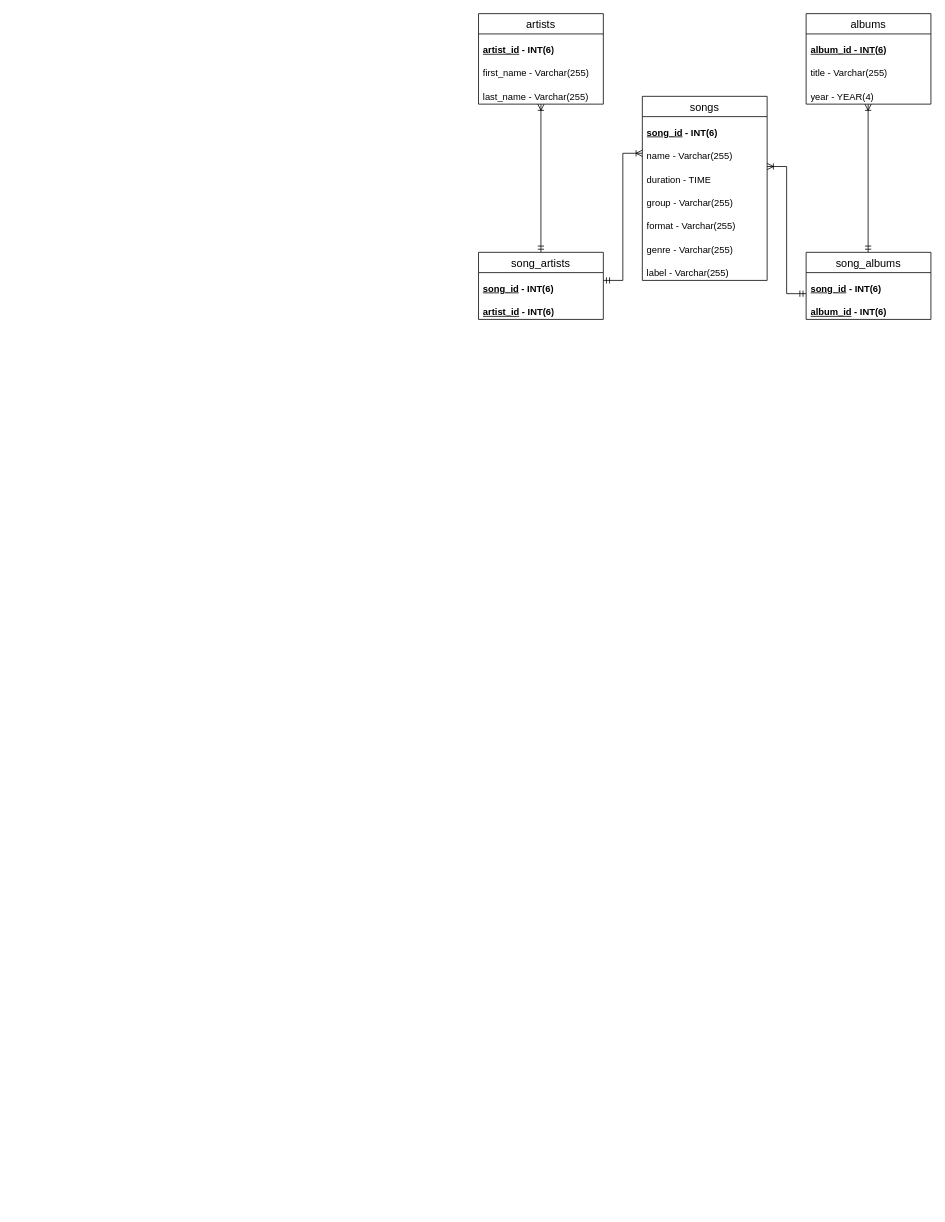
Above: 未命名绘图.drawio in Nyan-Young/JavaBase (draw.io), before the change. Source tidied: cells renumbered, new cells numbered last; positions are measured from the earlier drawing's top-left corner, leaving out a move shared by most shapes. Both pictures are drawn from the tidied source at 78%, with x=0, y=0 at pixel (478, 13).
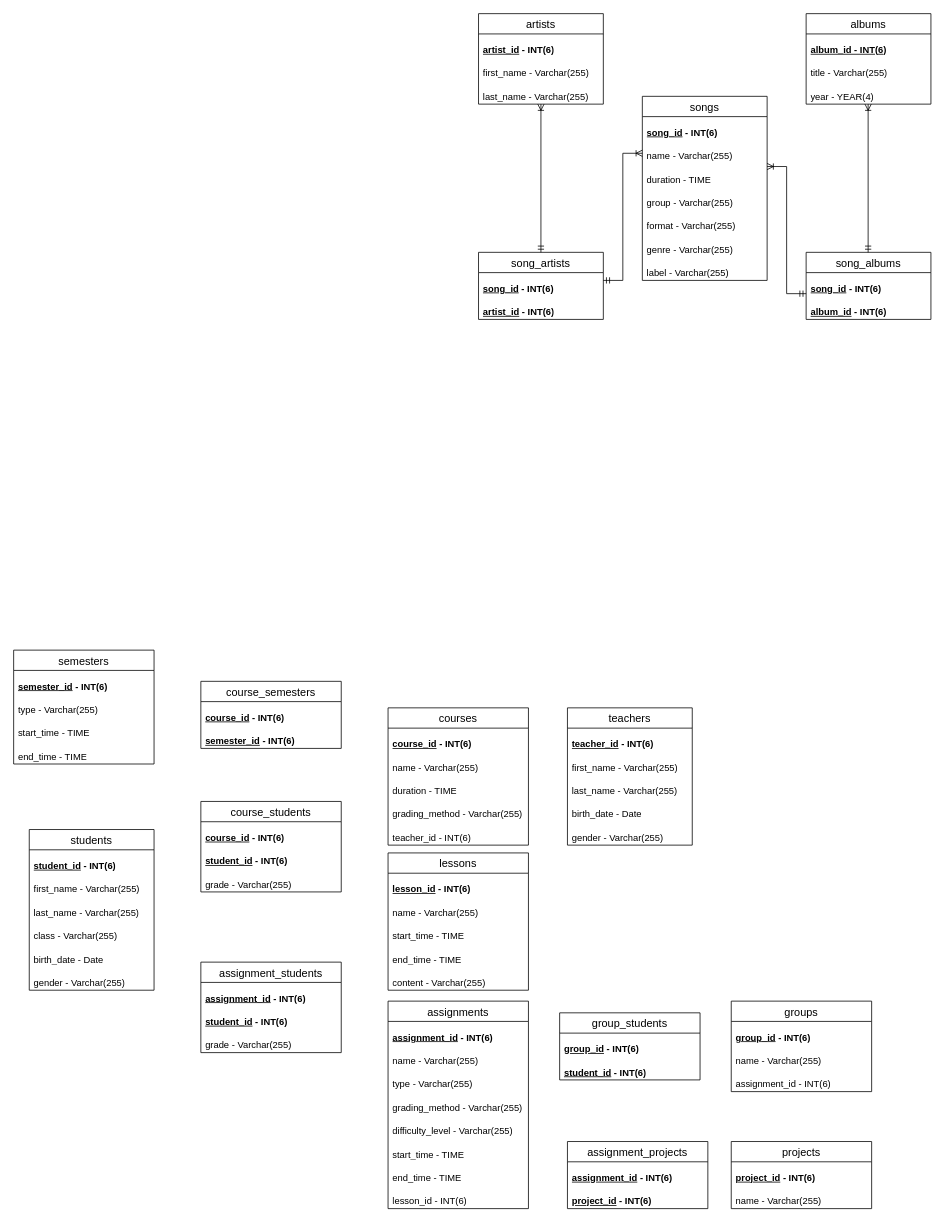
Above is the later version.

Commit message:
更新未命名绘图.drawio

Change to the diagram source:
```diff
@@
+    <mxCell id="28" value="courses" style="swimlane;fontStyle=0;horizontal=1;startSize=26;align=center;fontSize=14;verticalAlign=middle;" parent="1" vertex="1">
+      <mxGeometry x="-116" y="890" width="180" height="176" as="geometry" />
+    </mxCell>
+    <mxCell id="29" value="&lt;p class=&quot;MsoNormal&quot;&gt;&lt;b&gt;&lt;u&gt;course_id&lt;/u&gt; - INT(6)&lt;/b&gt;&lt;/p&gt;" style="text;strokeColor=none;fillColor=none;spacingLeft=4;spacingRight=4;overflow=hidden;fontSize=12;whiteSpace=wrap;html=1;verticalAlign=bottom;" parent="28" vertex="1">
+      <mxGeometry y="26" width="180" height="30" as="geometry" />
+    </mxCell>
+    <mxCell id="30" value="&lt;p style=&quot;border-color: var(--border-color);&quot; class=&quot;MsoNormal&quot;&gt;name - Varchar(255)&lt;/p&gt;" style="text;strokeColor=none;fillColor=none;spacingLeft=4;spacingRight=4;overflow=hidden;fontSize=12;whiteSpace=wrap;html=1;verticalAlign=bottom;" parent="28" vertex="1">
+      <mxGeometry y="56" width="180" height="30" as="geometry" />
+    </mxCell>
+    <mxCell id="31" value="&lt;p style=&quot;border-color: var(--border-color);&quot; class=&quot;MsoNormal&quot;&gt;duration - TIME&lt;/p&gt;" style="text;strokeColor=none;fillColor=none;spacingLeft=4;spacingRight=4;overflow=hidden;fontSize=12;whiteSpace=wrap;html=1;verticalAlign=bottom;" parent="28" vertex="1">
+      <mxGeometry y="86" width="180" height="30" as="geometry" />
+    </mxCell>
+    <mxCell id="32" value="grading_method&lt;span style=&quot;background-color: initial;&quot;&gt;&amp;nbsp;- Varchar(255)&lt;/span&gt;" style="text;strokeColor=none;fillColor=none;spacingLeft=4;spacingRight=4;overflow=hidden;fontSize=12;whiteSpace=wrap;html=1;verticalAlign=bottom;" parent="28" vertex="1">
+      <mxGeometry y="116" width="180" height="30" as="geometry" />
+    </mxCell>
+    <mxCell id="33" value="&lt;span style=&quot;background-color: initial;&quot;&gt;teacher_id - INT(6)&lt;/span&gt;" style="text;strokeColor=none;fillColor=none;spacingLeft=4;spacingRight=4;overflow=hidden;fontSize=12;whiteSpace=wrap;html=1;verticalAlign=bottom;" parent="28" vertex="1">
+      <mxGeometry y="146" width="180" height="30" as="geometry" />
+    </mxCell>
+    <mxCell id="34" value="lessons" style="swimlane;fontStyle=0;horizontal=1;startSize=26;align=center;fontSize=14;verticalAlign=middle;" parent="1" vertex="1">
+      <mxGeometry x="-116" y="1076" width="180" height="176" as="geometry" />
+    </mxCell>
+    <mxCell id="35" value="&lt;p class=&quot;MsoNormal&quot;&gt;&lt;b&gt;&lt;u&gt;lesson_id&lt;/u&gt; - INT(6)&lt;/b&gt;&lt;/p&gt;" style="text;strokeColor=none;fillColor=none;spacingLeft=4;spacingRight=4;overflow=hidden;fontSize=12;whiteSpace=wrap;html=1;verticalAlign=bottom;" parent="34" vertex="1">
+      <mxGeometry y="26" width="180" height="30" as="geometry" />
+    </mxCell>
+    <mxCell id="36" value="&lt;p style=&quot;border-color: var(--border-color);&quot; class=&quot;MsoNormal&quot;&gt;name - Varchar(255)&lt;/p&gt;" style="text;strokeColor=none;fillColor=none;spacingLeft=4;spacingRight=4;overflow=hidden;fontSize=12;whiteSpace=wrap;html=1;verticalAlign=bottom;" parent="34" vertex="1">
+      <mxGeometry y="56" width="180" height="30" as="geometry" />
+    </mxCell>
+    <mxCell id="37" value="&lt;p style=&quot;border-color: var(--border-color);&quot; class=&quot;MsoNormal&quot;&gt;start_time - TIME&lt;/p&gt;" style="text;strokeColor=none;fillColor=none;spacingLeft=4;spacingRight=4;overflow=hidden;fontSize=12;whiteSpace=wrap;html=1;verticalAlign=bottom;" parent="34" vertex="1">
+      <mxGeometry y="86" width="180" height="30" as="geometry" />
+    </mxCell>
+    <mxCell id="38" value="end_time - TIME" style="text;strokeColor=none;fillColor=none;spacingLeft=4;spacingRight=4;overflow=hidden;fontSize=12;whiteSpace=wrap;html=1;verticalAlign=bottom;" parent="34" vertex="1">
+      <mxGeometry y="116" width="180" height="30" as="geometry" />
+    </mxCell>
+    <mxCell id="39" value="&lt;span style=&quot;background-color: initial;&quot;&gt;content - Varchar(255)&lt;/span&gt;" style="text;strokeColor=none;fillColor=none;spacingLeft=4;spacingRight=4;overflow=hidden;fontSize=12;whiteSpace=wrap;html=1;verticalAlign=bottom;" parent="34" vertex="1">
+      <mxGeometry y="146" width="180" height="30" as="geometry" />
+    </mxCell>
+    <mxCell id="40" value="assignments" style="swimlane;fontStyle=0;horizontal=1;startSize=26;align=center;fontSize=14;verticalAlign=middle;" parent="1" vertex="1">
+      <mxGeometry x="-116" y="1266" width="180" height="266" as="geometry" />
+    </mxCell>
+    <mxCell id="41" value="&lt;p class=&quot;MsoNormal&quot;&gt;&lt;b&gt;&lt;u&gt;assignment_id&lt;/u&gt; - INT(6)&lt;/b&gt;&lt;/p&gt;" style="text;strokeColor=none;fillColor=none;spacingLeft=4;spacingRight=4;overflow=hidden;fontSize=12;whiteSpace=wrap;html=1;verticalAlign=bottom;" parent="40" vertex="1">
+      <mxGeometry y="26" width="180" height="30" as="geometry" />
+    </mxCell>
+    <mxCell id="42" value="&lt;p style=&quot;border-color: var(--border-color);&quot; class=&quot;MsoNormal&quot;&gt;name - Varchar(255)&lt;/p&gt;" style="text;strokeColor=none;fillColor=none;spacingLeft=4;spacingRight=4;overflow=hidden;fontSize=12;whiteSpace=wrap;html=1;verticalAlign=bottom;" parent="40" vertex="1">
+      <mxGeometry y="56" width="180" height="30" as="geometry" />
+    </mxCell>
+    <mxCell id="43" value="&lt;p style=&quot;border-color: var(--border-color);&quot; class=&quot;MsoNormal&quot;&gt;type - Varchar(255)&lt;/p&gt;" style="text;strokeColor=none;fillColor=none;spacingLeft=4;spacingRight=4;overflow=hidden;fontSize=12;whiteSpace=wrap;html=1;verticalAlign=bottom;" parent="40" vertex="1">
+      <mxGeometry y="86" width="180" height="30" as="geometry" />
+    </mxCell>
+    <mxCell id="44" value="grading_method&amp;nbsp;- Varchar(255)" style="text;strokeColor=none;fillColor=none;spacingLeft=4;spacingRight=4;overflow=hidden;fontSize=12;whiteSpace=wrap;html=1;verticalAlign=bottom;" parent="40" vertex="1">
+      <mxGeometry y="116" width="180" height="30" as="geometry" />
+    </mxCell>
+    <mxCell id="45" value="difficulty_level&amp;nbsp;- Varchar(255)" style="text;strokeColor=none;fillColor=none;spacingLeft=4;spacingRight=4;overflow=hidden;fontSize=12;whiteSpace=wrap;html=1;verticalAlign=bottom;" parent="40" vertex="1">
+      <mxGeometry y="146" width="180" height="30" as="geometry" />
+    </mxCell>
+    <mxCell id="46" value="start_time - TIME" style="text;strokeColor=none;fillColor=none;spacingLeft=4;spacingRight=4;overflow=hidden;fontSize=12;whiteSpace=wrap;html=1;verticalAlign=bottom;" parent="40" vertex="1">
+      <mxGeometry y="176" width="180" height="30" as="geometry" />
+    </mxCell>
+    <mxCell id="47" value="end_time - TIME" style="text;strokeColor=none;fillColor=none;spacingLeft=4;spacingRight=4;overflow=hidden;fontSize=12;whiteSpace=wrap;html=1;verticalAlign=bottom;" parent="40" vertex="1">
+      <mxGeometry y="206" width="180" height="30" as="geometry" />
+    </mxCell>
+    <mxCell id="48" value="lesson_id - INT(6)" style="text;strokeColor=none;fillColor=none;spacingLeft=4;spacingRight=4;overflow=hidden;fontSize=12;whiteSpace=wrap;html=1;verticalAlign=bottom;" parent="40" vertex="1">
+      <mxGeometry y="236" width="180" height="30" as="geometry" />
+    </mxCell>
+    <mxCell id="49" value="groups" style="swimlane;fontStyle=0;horizontal=1;startSize=26;align=center;fontSize=14;verticalAlign=middle;" parent="1" vertex="1">
+      <mxGeometry x="324" y="1266" width="180" height="116" as="geometry" />
+    </mxCell>
+    <mxCell id="50" value="&lt;p class=&quot;MsoNormal&quot;&gt;&lt;b&gt;&lt;u&gt;group_id&lt;/u&gt; - INT(6)&lt;/b&gt;&lt;/p&gt;" style="text;strokeColor=none;fillColor=none;spacingLeft=4;spacingRight=4;overflow=hidden;fontSize=12;whiteSpace=wrap;html=1;verticalAlign=bottom;" parent="49" vertex="1">
+      <mxGeometry y="26" width="180" height="30" as="geometry" />
+    </mxCell>
+    <mxCell id="51" value="&lt;p style=&quot;border-color: var(--border-color);&quot; class=&quot;MsoNormal&quot;&gt;name - Varchar(255)&lt;/p&gt;" style="text;strokeColor=none;fillColor=none;spacingLeft=4;spacingRight=4;overflow=hidden;fontSize=12;whiteSpace=wrap;html=1;verticalAlign=bottom;" parent="49" vertex="1">
+      <mxGeometry y="56" width="180" height="30" as="geometry" />
+    </mxCell>
+    <mxCell id="52" value="assignment_id - INT(6)" style="text;strokeColor=none;fillColor=none;spacingLeft=4;spacingRight=4;overflow=hidden;fontSize=12;whiteSpace=wrap;html=1;verticalAlign=bottom;" parent="49" vertex="1">
+      <mxGeometry y="86" width="180" height="30" as="geometry" />
+    </mxCell>
+    <mxCell id="53" value="group_students" style="swimlane;fontStyle=0;horizontal=1;startSize=26;align=center;fontSize=14;verticalAlign=middle;" parent="1" vertex="1">
+      <mxGeometry x="104" y="1281" width="180" height="86" as="geometry" />
+    </mxCell>
+    <mxCell id="54" value="&lt;p class=&quot;MsoNormal&quot;&gt;&lt;b&gt;&lt;u&gt;group_id&lt;/u&gt; - INT(6)&lt;/b&gt;&lt;/p&gt;" style="text;strokeColor=none;fillColor=none;spacingLeft=4;spacingRight=4;overflow=hidden;fontSize=12;whiteSpace=wrap;html=1;verticalAlign=bottom;" parent="53" vertex="1">
+      <mxGeometry y="26" width="180" height="30" as="geometry" />
+    </mxCell>
+    <mxCell id="55" value="&lt;p style=&quot;border-color: var(--border-color);&quot; class=&quot;MsoNormal&quot;&gt;&lt;b style=&quot;border-color: var(--border-color);&quot;&gt;&lt;u style=&quot;border-color: var(--border-color);&quot;&gt;student_id&lt;/u&gt;&amp;nbsp;- INT(6)&lt;/b&gt;&lt;br&gt;&lt;/p&gt;" style="text;strokeColor=none;fillColor=none;spacingLeft=4;spacingRight=4;overflow=hidden;fontSize=12;whiteSpace=wrap;html=1;verticalAlign=bottom;" parent="53" vertex="1">
+      <mxGeometry y="56" width="180" height="30" as="geometry" />
+    </mxCell>
+    <mxCell id="56" value="projects" style="swimlane;fontStyle=0;horizontal=1;startSize=26;align=center;fontSize=14;verticalAlign=middle;" parent="1" vertex="1">
+      <mxGeometry x="324" y="1446" width="180" height="86" as="geometry" />
+    </mxCell>
+    <mxCell id="57" value="&lt;p class=&quot;MsoNormal&quot;&gt;&lt;b&gt;&lt;u&gt;project_id&lt;/u&gt; - INT(6)&lt;/b&gt;&lt;/p&gt;" style="text;strokeColor=none;fillColor=none;spacingLeft=4;spacingRight=4;overflow=hidden;fontSize=12;whiteSpace=wrap;html=1;verticalAlign=bottom;" parent="56" vertex="1">
+      <mxGeometry y="26" width="180" height="30" as="geometry" />
+    </mxCell>
+    <mxCell id="58" value="&lt;p style=&quot;border-color: var(--border-color);&quot; class=&quot;MsoNormal&quot;&gt;name - Varchar(255)&lt;/p&gt;" style="text;strokeColor=none;fillColor=none;spacingLeft=4;spacingRight=4;overflow=hidden;fontSize=12;whiteSpace=wrap;html=1;verticalAlign=bottom;" parent="56" vertex="1">
+      <mxGeometry y="56" width="180" height="30" as="geometry" />
+    </mxCell>
+    <mxCell id="59" value="course_students" style="swimlane;fontStyle=0;horizontal=1;startSize=26;align=center;fontSize=14;verticalAlign=middle;" parent="1" vertex="1">
+      <mxGeometry x="-356" y="1010" width="180" height="116" as="geometry" />
+    </mxCell>
+    <mxCell id="60" value="&lt;p class=&quot;MsoNormal&quot;&gt;&lt;b&gt;&lt;u&gt;course_id&lt;/u&gt; - INT(6)&lt;/b&gt;&lt;/p&gt;" style="text;strokeColor=none;fillColor=none;spacingLeft=4;spacingRight=4;overflow=hidden;fontSize=12;whiteSpace=wrap;html=1;verticalAlign=bottom;" parent="59" vertex="1">
+      <mxGeometry y="26" width="180" height="30" as="geometry" />
+    </mxCell>
+    <mxCell id="61" value="&lt;p style=&quot;border-color: var(--border-color);&quot; class=&quot;MsoNormal&quot;&gt;&lt;b style=&quot;border-color: var(--border-color);&quot;&gt;&lt;u style=&quot;border-color: var(--border-color);&quot;&gt;student_id&lt;/u&gt;&amp;nbsp;- INT(6)&lt;/b&gt;&lt;br&gt;&lt;/p&gt;" style="text;strokeColor=none;fillColor=none;spacingLeft=4;spacingRight=4;overflow=hidden;fontSize=12;whiteSpace=wrap;html=1;verticalAlign=bottom;" parent="59" vertex="1">
+      <mxGeometry y="56" width="180" height="30" as="geometry" />
+    </mxCell>
+    <mxCell id="62" value="grade&lt;span style=&quot;background-color: initial;&quot;&gt;&amp;nbsp;- Varchar(255)&lt;/span&gt;" style="text;strokeColor=none;fillColor=none;spacingLeft=4;spacingRight=4;overflow=hidden;fontSize=12;whiteSpace=wrap;html=1;verticalAlign=bottom;" parent="59" vertex="1">
+      <mxGeometry y="86" width="180" height="30" as="geometry" />
+    </mxCell>
+    <mxCell id="63" value="assignment_students" style="swimlane;fontStyle=0;horizontal=1;startSize=26;align=center;fontSize=14;verticalAlign=middle;" parent="1" vertex="1">
+      <mxGeometry x="-356" y="1216" width="180" height="116" as="geometry" />
+    </mxCell>
+    <mxCell id="64" value="&lt;p class=&quot;MsoNormal&quot;&gt;&lt;b&gt;&lt;u&gt;assignment_id&lt;/u&gt; - INT(6)&lt;/b&gt;&lt;/p&gt;" style="text;strokeColor=none;fillColor=none;spacingLeft=4;spacingRight=4;overflow=hidden;fontSize=12;whiteSpace=wrap;html=1;verticalAlign=bottom;" parent="63" vertex="1">
+      <mxGeometry y="26" width="180" height="30" as="geometry" />
+    </mxCell>
+    <mxCell id="65" value="&lt;p style=&quot;border-color: var(--border-color);&quot; class=&quot;MsoNormal&quot;&gt;&lt;b style=&quot;border-color: var(--border-color);&quot;&gt;&lt;u style=&quot;border-color: var(--border-color);&quot;&gt;student_id&lt;/u&gt;&amp;nbsp;- INT(6)&lt;/b&gt;&lt;br&gt;&lt;/p&gt;" style="text;strokeColor=none;fillColor=none;spacingLeft=4;spacingRight=4;overflow=hidden;fontSize=12;whiteSpace=wrap;html=1;verticalAlign=bottom;" parent="63" vertex="1">
+      <mxGeometry y="56" width="180" height="30" as="geometry" />
+    </mxCell>
+    <mxCell id="66" value="grade&lt;span style=&quot;background-color: initial;&quot;&gt;&amp;nbsp;- Varchar(255)&lt;/span&gt;" style="text;strokeColor=none;fillColor=none;spacingLeft=4;spacingRight=4;overflow=hidden;fontSize=12;whiteSpace=wrap;html=1;verticalAlign=bottom;" parent="63" vertex="1">
+      <mxGeometry y="86" width="180" height="30" as="geometry" />
+    </mxCell>
+    <mxCell id="67" value="assignment_projects" style="swimlane;fontStyle=0;horizontal=1;startSize=26;align=center;fontSize=14;verticalAlign=middle;" parent="1" vertex="1">
+      <mxGeometry x="114" y="1446" width="180" height="86" as="geometry" />
+    </mxCell>
+    <mxCell id="68" value="&lt;p class=&quot;MsoNormal&quot;&gt;&lt;b style=&quot;border-color: var(--border-color);&quot;&gt;&lt;u style=&quot;border-color: var(--border-color);&quot;&gt;assignment_id&lt;/u&gt;&amp;nbsp;- INT(6)&lt;/b&gt;&lt;br&gt;&lt;/p&gt;" style="text;strokeColor=none;fillColor=none;spacingLeft=4;spacingRight=4;overflow=hidden;fontSize=12;whiteSpace=wrap;html=1;verticalAlign=bottom;" parent="67" vertex="1">
+      <mxGeometry y="26" width="180" height="30" as="geometry" />
+    </mxCell>
+    <mxCell id="69" value="&lt;p style=&quot;border-color: var(--border-color);&quot; class=&quot;MsoNormal&quot;&gt;&lt;b style=&quot;border-color: var(--border-color);&quot;&gt;&lt;u style=&quot;border-color: var(--border-color);&quot;&gt;project_id&lt;/u&gt;&amp;nbsp;- INT(6)&lt;/b&gt;&lt;br&gt;&lt;/p&gt;" style="text;strokeColor=none;fillColor=none;spacingLeft=4;spacingRight=4;overflow=hidden;fontSize=12;whiteSpace=wrap;html=1;verticalAlign=bottom;" parent="67" vertex="1">
+      <mxGeometry y="56" width="180" height="30" as="geometry" />
+    </mxCell>
+    <mxCell id="70" value="semesters" style="swimlane;fontStyle=0;horizontal=1;startSize=26;align=center;fontSize=14;verticalAlign=middle;" parent="1" vertex="1">
+      <mxGeometry x="-596" y="816" width="180" height="146" as="geometry" />
+    </mxCell>
+    <mxCell id="71" value="&lt;p class=&quot;MsoNormal&quot;&gt;&lt;b&gt;&lt;u&gt;semester_id&lt;/u&gt; - INT(6)&lt;/b&gt;&lt;/p&gt;" style="text;strokeColor=none;fillColor=none;spacingLeft=4;spacingRight=4;overflow=hidden;fontSize=12;whiteSpace=wrap;html=1;verticalAlign=bottom;" parent="70" vertex="1">
+      <mxGeometry y="26" width="180" height="30" as="geometry" />
+    </mxCell>
+    <mxCell id="72" value="&lt;p style=&quot;border-color: var(--border-color);&quot; class=&quot;MsoNormal&quot;&gt;type - Varchar(255)&lt;/p&gt;" style="text;strokeColor=none;fillColor=none;spacingLeft=4;spacingRight=4;overflow=hidden;fontSize=12;whiteSpace=wrap;html=1;verticalAlign=bottom;" parent="70" vertex="1">
+      <mxGeometry y="56" width="180" height="30" as="geometry" />
+    </mxCell>
+    <mxCell id="73" value="start_time - TIME" style="text;strokeColor=none;fillColor=none;spacingLeft=4;spacingRight=4;overflow=hidden;fontSize=12;whiteSpace=wrap;html=1;verticalAlign=bottom;" parent="70" vertex="1">
+      <mxGeometry y="86" width="180" height="30" as="geometry" />
+    </mxCell>
+    <mxCell id="74" value="end_time - TIME" style="text;strokeColor=none;fillColor=none;spacingLeft=4;spacingRight=4;overflow=hidden;fontSize=12;whiteSpace=wrap;html=1;verticalAlign=bottom;" parent="70" vertex="1">
+      <mxGeometry y="116" width="180" height="30" as="geometry" />
+    </mxCell>
+    <mxCell id="75" value="course_semesters" style="swimlane;fontStyle=0;horizontal=1;startSize=26;align=center;fontSize=14;verticalAlign=middle;" parent="1" vertex="1">
+      <mxGeometry x="-356" y="856" width="180" height="86" as="geometry" />
+    </mxCell>
+    <mxCell id="76" value="&lt;p class=&quot;MsoNormal&quot;&gt;&lt;b&gt;&lt;u&gt;course_id&lt;/u&gt; - INT(6)&lt;/b&gt;&lt;/p&gt;" style="text;strokeColor=none;fillColor=none;spacingLeft=4;spacingRight=4;overflow=hidden;fontSize=12;whiteSpace=wrap;html=1;verticalAlign=bottom;" parent="75" vertex="1">
+      <mxGeometry y="26" width="180" height="30" as="geometry" />
+    </mxCell>
+    <mxCell id="77" value="&lt;p style=&quot;border-color: var(--border-color);&quot; class=&quot;MsoNormal&quot;&gt;&lt;b style=&quot;border-color: var(--border-color);&quot;&gt;&lt;u style=&quot;border-color: var(--border-color);&quot;&gt;semester_id&lt;/u&gt;&amp;nbsp;- INT(6)&lt;/b&gt;&lt;br&gt;&lt;/p&gt;" style="text;strokeColor=none;fillColor=none;spacingLeft=4;spacingRight=4;overflow=hidden;fontSize=12;whiteSpace=wrap;html=1;verticalAlign=bottom;" parent="75" vertex="1">
+      <mxGeometry y="56" width="180" height="30" as="geometry" />
+    </mxCell>
+    <mxCell id="78" value="students" style="swimlane;fontStyle=0;horizontal=1;startSize=26;align=center;fontSize=14;verticalAlign=middle;" parent="1" vertex="1">
+      <mxGeometry x="-576" y="1046" width="160" height="206" as="geometry" />
+    </mxCell>
+    <mxCell id="79" value="&lt;p class=&quot;MsoNormal&quot;&gt;&lt;b&gt;&lt;u&gt;student_id&lt;/u&gt; - INT(6)&lt;/b&gt;&lt;/p&gt;" style="text;strokeColor=none;fillColor=none;spacingLeft=4;spacingRight=4;overflow=hidden;fontSize=12;whiteSpace=wrap;html=1;verticalAlign=bottom;" parent="78" vertex="1">
+      <mxGeometry y="26" width="160" height="30" as="geometry" />
+    </mxCell>
+    <mxCell id="80" value="&lt;p style=&quot;border-color: var(--border-color);&quot; class=&quot;MsoNormal&quot;&gt;first_name - Varchar(255)&lt;/p&gt;" style="text;strokeColor=none;fillColor=none;spacingLeft=4;spacingRight=4;overflow=hidden;fontSize=12;whiteSpace=wrap;html=1;verticalAlign=bottom;" parent="78" vertex="1">
+      <mxGeometry y="56" width="160" height="30" as="geometry" />
+    </mxCell>
+    <mxCell id="81" value="&lt;p style=&quot;border-color: var(--border-color);&quot; class=&quot;MsoNormal&quot;&gt;last_name - Varchar(255)&lt;br&gt;&lt;/p&gt;" style="text;strokeColor=none;fillColor=none;spacingLeft=4;spacingRight=4;overflow=hidden;fontSize=12;whiteSpace=wrap;html=1;verticalAlign=bottom;" parent="78" vertex="1">
+      <mxGeometry y="86" width="160" height="30" as="geometry" />
+    </mxCell>
+    <mxCell id="82" value="class - Varchar(255)" style="text;strokeColor=none;fillColor=none;spacingLeft=4;spacingRight=4;overflow=hidden;fontSize=12;whiteSpace=wrap;html=1;verticalAlign=bottom;" parent="78" vertex="1">
+      <mxGeometry y="116" width="160" height="30" as="geometry" />
+    </mxCell>
+    <mxCell id="83" value="birth_date - Date" style="text;strokeColor=none;fillColor=none;spacingLeft=4;spacingRight=4;overflow=hidden;fontSize=12;whiteSpace=wrap;html=1;verticalAlign=bottom;" parent="78" vertex="1">
+      <mxGeometry y="146" width="160" height="30" as="geometry" />
+    </mxCell>
+    <mxCell id="84" value="gender - Varchar(255)" style="text;strokeColor=none;fillColor=none;spacingLeft=4;spacingRight=4;overflow=hidden;fontSize=12;whiteSpace=wrap;html=1;verticalAlign=bottom;" parent="78" vertex="1">
+      <mxGeometry y="176" width="160" height="30" as="geometry" />
+    </mxCell>
+    <mxCell id="85" value="teachers" style="swimlane;fontStyle=0;horizontal=1;startSize=26;align=center;fontSize=14;verticalAlign=middle;" parent="1" vertex="1">
+      <mxGeometry x="114" y="890" width="160" height="176" as="geometry" />
+    </mxCell>
+    <mxCell id="86" value="&lt;p class=&quot;MsoNormal&quot;&gt;&lt;b&gt;&lt;u&gt;teacher_id&lt;/u&gt; - INT(6)&lt;/b&gt;&lt;/p&gt;" style="text;strokeColor=none;fillColor=none;spacingLeft=4;spacingRight=4;overflow=hidden;fontSize=12;whiteSpace=wrap;html=1;verticalAlign=bottom;" parent="85" vertex="1">
+      <mxGeometry y="26" width="160" height="30" as="geometry" />
+    </mxCell>
+    <mxCell id="87" value="&lt;p style=&quot;border-color: var(--border-color);&quot; class=&quot;MsoNormal&quot;&gt;first_name - Varchar(255)&lt;/p&gt;" style="text;strokeColor=none;fillColor=none;spacingLeft=4;spacingRight=4;overflow=hidden;fontSize=12;whiteSpace=wrap;html=1;verticalAlign=bottom;" parent="85" vertex="1">
+      <mxGeometry y="56" width="160" height="30" as="geometry" />
+    </mxCell>
+    <mxCell id="88" value="&lt;p style=&quot;border-color: var(--border-color);&quot; class=&quot;MsoNormal&quot;&gt;last_name - Varchar(255)&lt;br&gt;&lt;/p&gt;" style="text;strokeColor=none;fillColor=none;spacingLeft=4;spacingRight=4;overflow=hidden;fontSize=12;whiteSpace=wrap;html=1;verticalAlign=bottom;" parent="85" vertex="1">
+      <mxGeometry y="86" width="160" height="30" as="geometry" />
+    </mxCell>
+    <mxCell id="89" value="birth_date - Date" style="text;strokeColor=none;fillColor=none;spacingLeft=4;spacingRight=4;overflow=hidden;fontSize=12;whiteSpace=wrap;html=1;verticalAlign=bottom;" parent="85" vertex="1">
+      <mxGeometry y="116" width="160" height="30" as="geometry" />
+    </mxCell>
+    <mxCell id="90" value="gender - Varchar(255)" style="text;strokeColor=none;fillColor=none;spacingLeft=4;spacingRight=4;overflow=hidden;fontSize=12;whiteSpace=wrap;html=1;verticalAlign=bottom;" parent="85" vertex="1">
+      <mxGeometry y="146" width="160" height="30" as="geometry" />
+    </mxCell>
```
